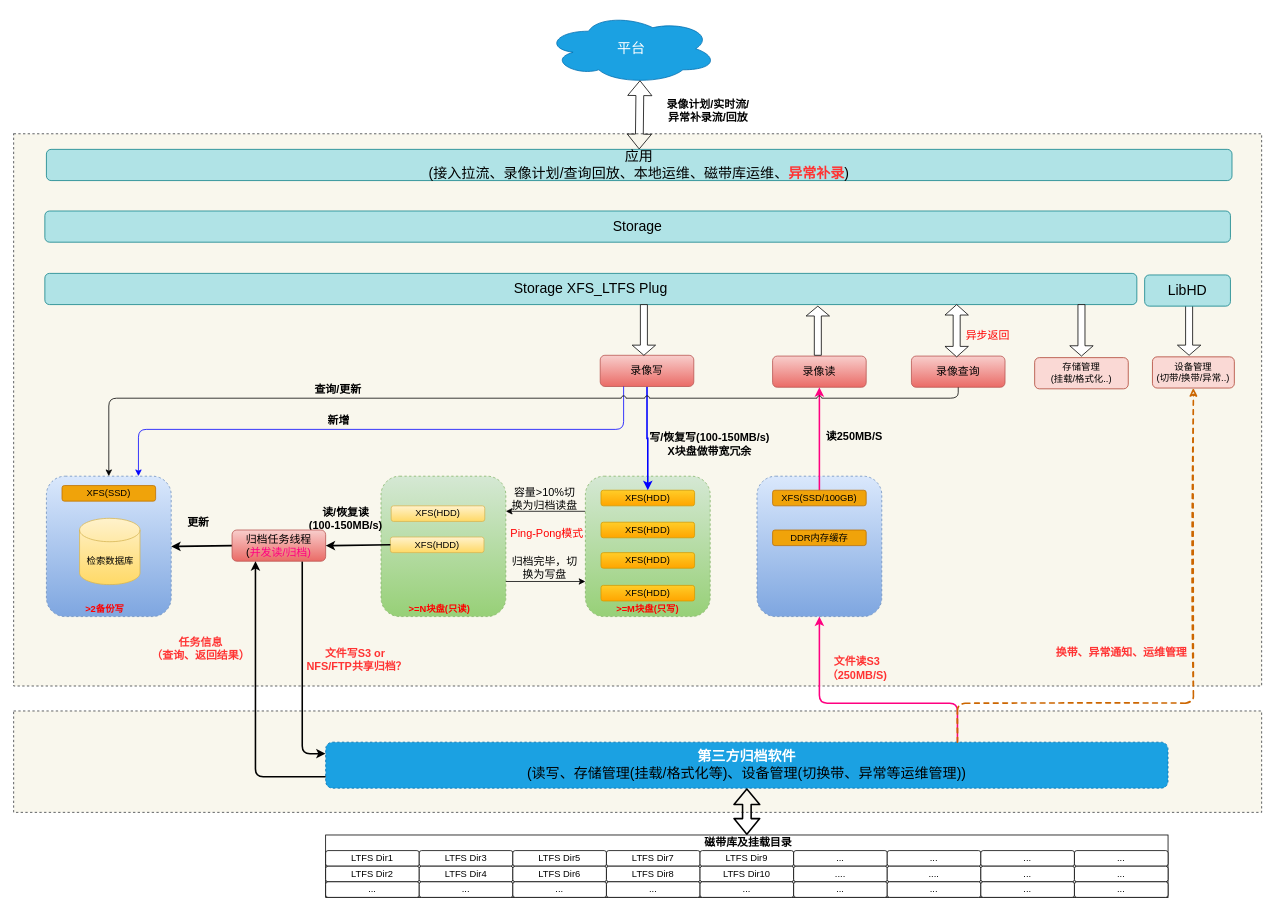
Above: Cidai_3.drawio in snowolfhawk/ceph-scripts (draw.io), before the change. Source tidied: cells renumbered, new cells numbered last; positions are measured from the earlier drawing's top-left corner, leaving out a move shared by most shapes. Both pictures are drawn from the tidied source at 78%, with x=0, y=0 at pixel (13, 13).
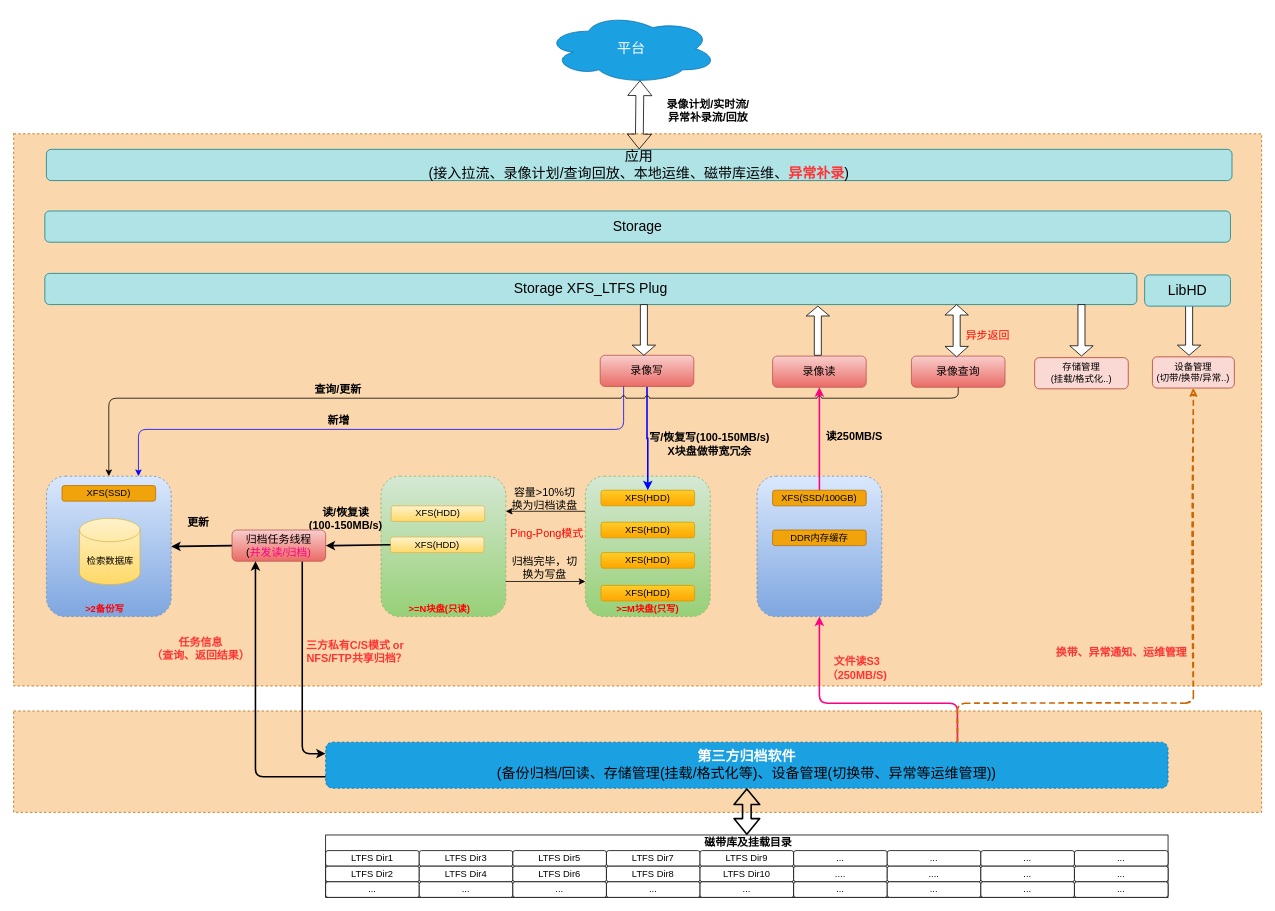
The same page after the edit.

Change to the diagram source:
```diff
@@
-    <mxCell id="2" style="rounded=0;whiteSpace=wrap;html=1;fontSize=18;dashed=1;fillColor=#f9f7ed;strokeColor=#36393d;" parent="1" vertex="1">
+    <mxCell id="2" style="rounded=0;whiteSpace=wrap;html=1;fontSize=18;dashed=1;fillColor=#fad7ac;strokeColor=#b46504;" parent="1" vertex="1">
       <mxGeometry y="894" width="1600" height="130" as="geometry" />
     </mxCell>
-    <mxCell id="3" style="rounded=0;whiteSpace=wrap;html=1;fontSize=18;dashed=1;fillColor=#f9f7ed;strokeColor=#36393d;" parent="1" vertex="1">
+    <mxCell id="3" style="rounded=0;whiteSpace=wrap;html=1;fontSize=18;dashed=1;fillColor=#fad7ac;strokeColor=#b46504;" parent="1" vertex="1">
       <mxGeometry y="154" width="1600" height="708" as="geometry" />
     </mxCell>
@@
-    <mxCell id="47" value="&lt;b&gt;&lt;font color=&quot;#ff3333&quot; style=&quot;font-size: 14px;&quot;&gt;文件写S3 or&amp;nbsp;&lt;br&gt;NFS/FTP共享归档？&lt;/font&gt;&lt;/b&gt;" style="text;html=1;strokeColor=none;fillColor=none;align=center;verticalAlign=middle;whiteSpace=wrap;rounded=0;" parent="1" vertex="1">
-      <mxGeometry x="365" y="813" width="150" height="29" as="geometry" />
+    <mxCell id="47" value="&lt;b&gt;&lt;font color=&quot;#ff3333&quot; style=&quot;font-size: 14px;&quot;&gt;三方私有C/S模式 or&amp;nbsp;&lt;br&gt;NFS/FTP共享归档？&lt;/font&gt;&lt;/b&gt;" style="text;html=1;strokeColor=none;fillColor=none;align=center;verticalAlign=middle;whiteSpace=wrap;rounded=0;" parent="1" vertex="1">
+      <mxGeometry x="365" y="794" width="150" height="48" as="geometry" />
     </mxCell>
@@
-    <mxCell id="67" value="&lt;span style=&quot;font-size: 18px;&quot;&gt;&lt;b&gt;第三方归档软件&lt;/b&gt;&lt;br&gt;&lt;font color=&quot;#000000&quot;&gt;(读写、存储管理(挂载/格式化等)、设备管理(切换带、异常等运维管理))&lt;/font&gt;&lt;/span&gt;" style="rounded=1;whiteSpace=wrap;html=1;fillColor=#1ba1e2;strokeColor=#006EAF;fontColor=#ffffff;dashed=1;" parent="1" vertex="1">
+    <mxCell id="67" value="&lt;span style=&quot;font-size: 18px;&quot;&gt;&lt;b&gt;第三方归档软件&lt;/b&gt;&lt;br&gt;&lt;font color=&quot;#000000&quot;&gt;(备份归档/回读、存储管理(挂载/格式化等)、设备管理(切换带、异常等运维管理))&lt;/font&gt;&lt;/span&gt;" style="rounded=1;whiteSpace=wrap;html=1;fillColor=#1ba1e2;strokeColor=#006EAF;fontColor=#ffffff;dashed=1;" parent="1" vertex="1">
       <mxGeometry x="400" y="934" width="1080" height="59" as="geometry" />
     </mxCell>
```
